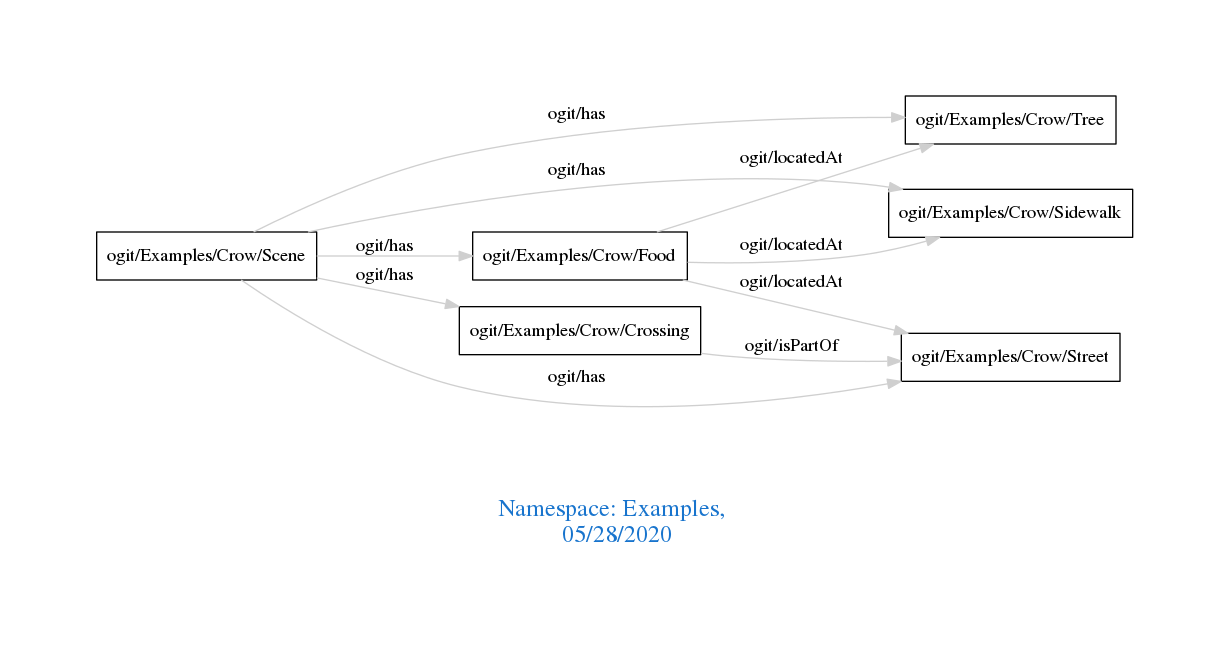
The Graphviz diagram downloads/Examples.png in arago/OGIT, before a commit. Its source is kept beside it as downloads/Examples.dot. Source of this version:
```dot
digraph OGIT_ontology {
 graph [ rankdir= LR,pad=1
fontsize = 18,
fontcolor= dodgerblue3,label = "\n\n\nNamespace: Examples, \n 05/28/2020"];
node[shape=polygon];
edge [  color="gray81"];

   "ogit/Examples/Crow/Food" -> "ogit/Examples/Crow/Tree" [label="   ogit/locatedAt    "];
   "ogit/Examples/Crow/Food" -> "ogit/Examples/Crow/Street" [label="   ogit/locatedAt    "];
   "ogit/Examples/Crow/Food" -> "ogit/Examples/Crow/Sidewalk" [label="   ogit/locatedAt    "];
   "ogit/Examples/Crow/Scene" -> "ogit/Examples/Crow/Food" [label="   ogit/has    "];
   "ogit/Examples/Crow/Scene" -> "ogit/Examples/Crow/Tree" [label="   ogit/has    "];
   "ogit/Examples/Crow/Scene" -> "ogit/Examples/Crow/Street" [label="   ogit/has    "];
   "ogit/Examples/Crow/Scene" -> "ogit/Examples/Crow/Crossing" [label="   ogit/has    "];
   "ogit/Examples/Crow/Scene" -> "ogit/Examples/Crow/Sidewalk" [label="   ogit/has    "];
   "ogit/Examples/Crow/Crossing" -> "ogit/Examples/Crow/Street" [label="   ogit/isPartOf    "];
}
```
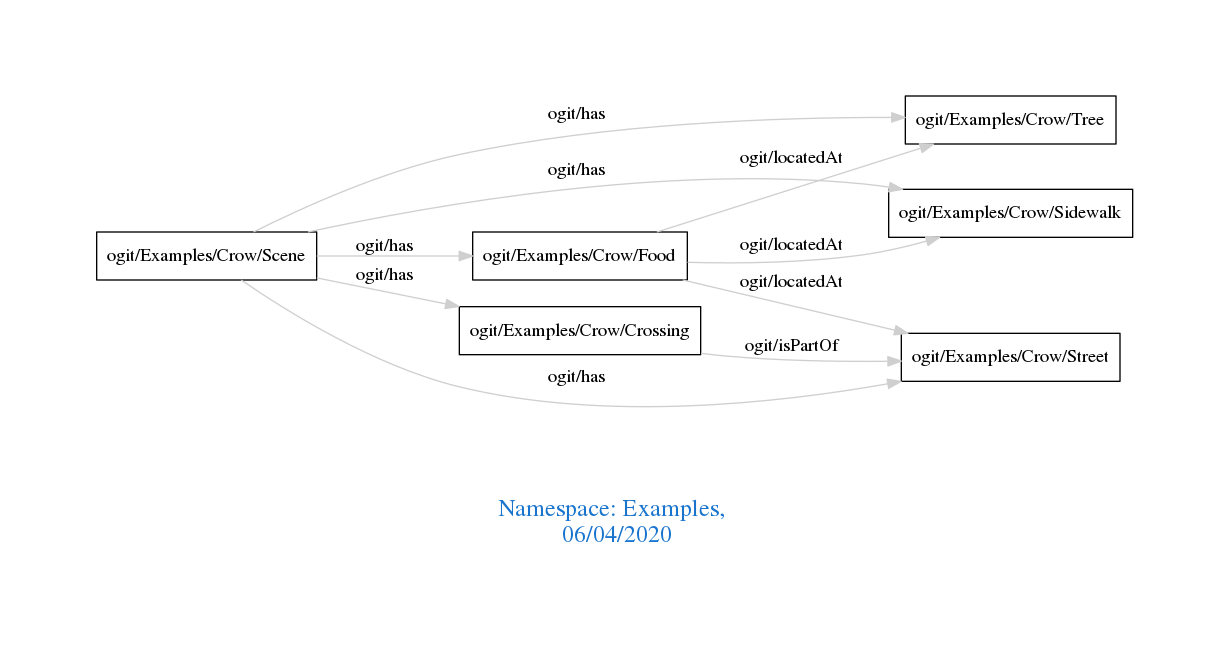
After the change.

What changed in the source:
```diff
@@ -1,7 +1,7 @@
 digraph OGIT_ontology {
  graph [ rankdir= LR,pad=1
 fontsize = 18,
-fontcolor= dodgerblue3,label = "\n\n\nNamespace: Examples, \n 05/28/2020"];
+fontcolor= dodgerblue3,label = "\n\n\nNamespace: Examples, \n 06/04/2020"];
 node[shape=polygon];
 edge [  color="gray81"];
 
```
